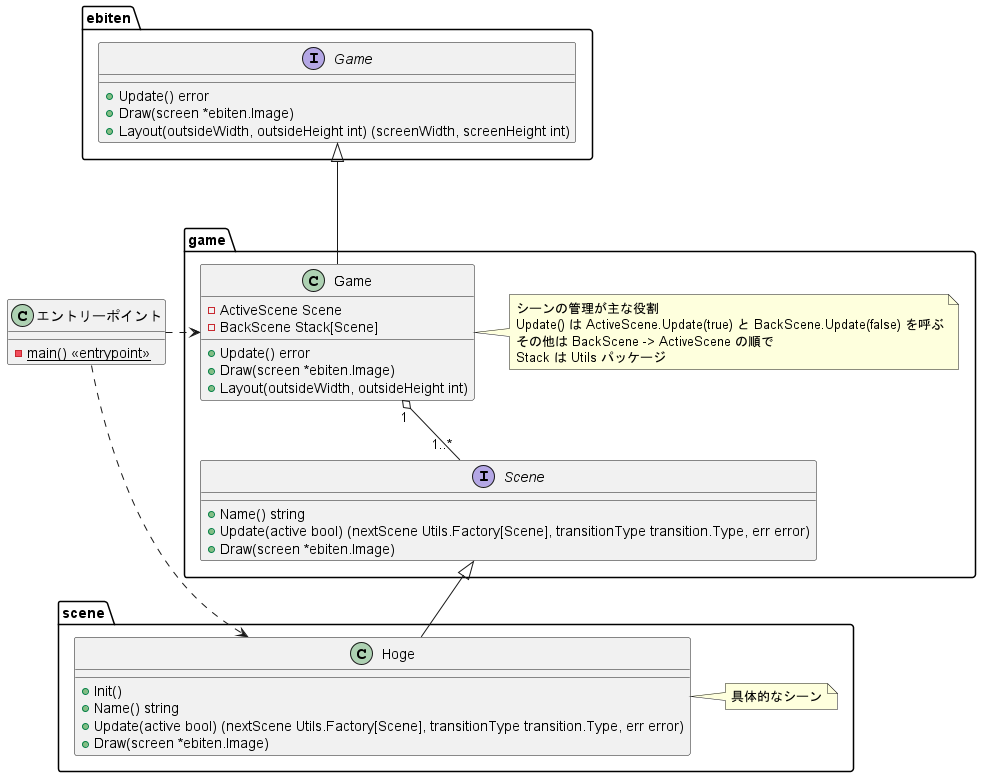
Above: Docs/game_class_diagram.png in kmc-jp/Gamedev_Tempura-of-p--Phenylazo-phenol (PlantUML), before the change.
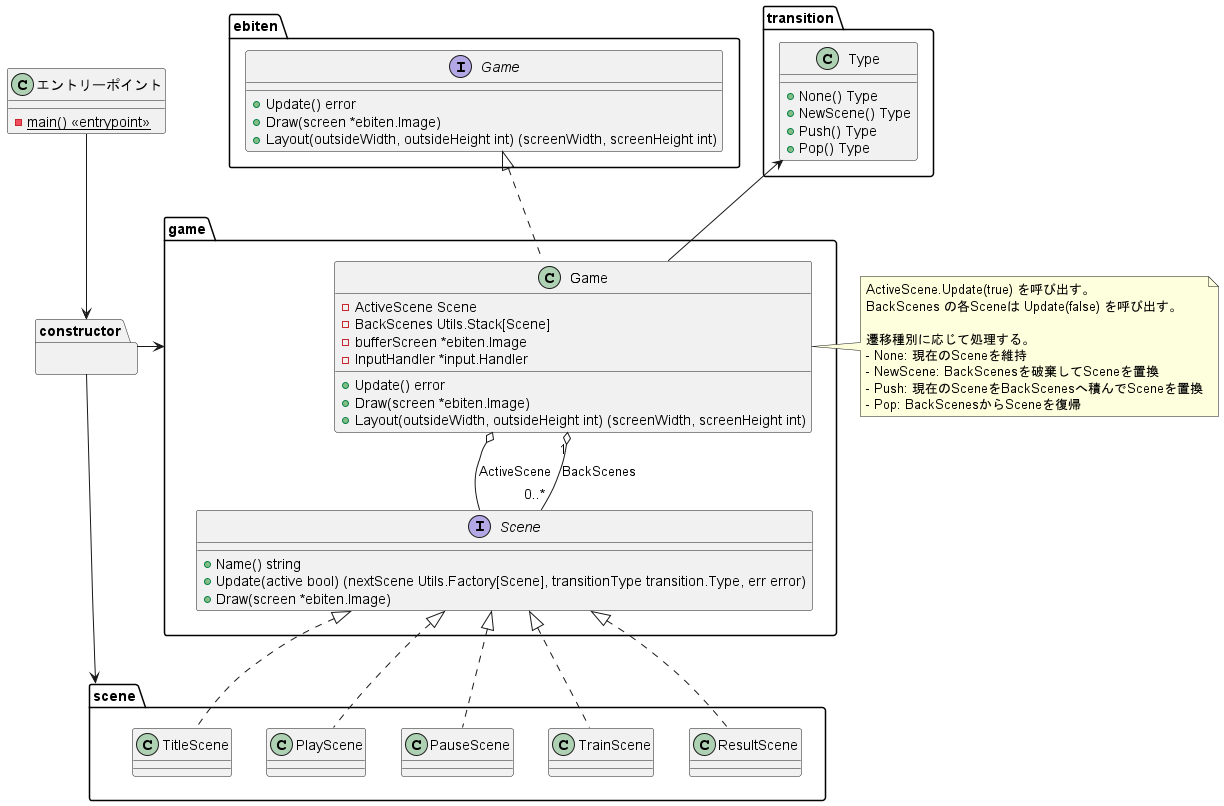
After the change.

Commit message:
クラス図の改訂

Diff of the diagram source:
```diff
@@ -1,4 +1,10 @@
 @startuml game_class_diagram
+
+top to bottom direction
+
+class "エントリーポイント" as Main {
+    - {static} main() <<entrypoint>>
+}
 
 package ebiten {
     interface Game {
@@ -8,43 +14,71 @@
     }
 }
 
-class "エントリーポイント" {
-    - {static} main() <<entrypoint>>
-}
-
-"エントリーポイント" ..right..> game.Game
-"エントリーポイント" ..right..> scene.Hoge
-
 package game {
     class Game {
         - ActiveScene Scene
-        - BackScene Stack[Scene]
+        - BackScenes Utils.Stack[Scene]
+        - bufferScreen *ebiten.Image
+        - InputHandler *input.Handler
         + Update() error
         + Draw(screen *ebiten.Image)
-        + Layout(outsideWidth, outsideHeight int)
+        + Layout(outsideWidth, outsideHeight int) (screenWidth, screenHeight int)
     }
-    note right of Game : シーンの管理が主な役割\nUpdate() は ActiveScene.Update(true) と BackScene.Update(false) を呼ぶ\nその他は BackScene -> ActiveScene の順で\nStack は Utils パッケージ
 
     interface Scene {
         + Name() string
         + Update(active bool) (nextScene Utils.Factory[Scene], transitionType transition.Type, err error)
         + Draw(screen *ebiten.Image)
     }
-
-    Game -up--|> ebiten.Game
-    Game "1" o-- "1..*" Scene
 }
 
+    package transition {
+        class Type {
+            + None() Type
+            + NewScene() Type
+            + Push() Type
+            + Pop() Type
+        }
+    }
+
+
 package scene {
-    class Hoge {
-        + Init()
-        + Name() string
-        + Update(active bool) (nextScene Utils.Factory[Scene], transitionType transition.Type, err error)
-        + Draw(screen *ebiten.Image)
-    }
-    note right of Hoge : 具体的なシーン
+    class TitleScene
+    class PlayScene
+    class PauseScene
+    class TrainScene
+    class ResultScene
 
-    Hoge -up-|> game.Scene
+    TitleScene .up.|> game.Scene
+    PlayScene .up.|> game.Scene
+    PauseScene .up.|> game.Scene
+    TrainScene .up.|> game.Scene
+    ResultScene .up.|> game.Scene
 }
 
+package constructor {}
+
+Main -down-> constructor
+
+constructor -left-> game
+constructor -down-> scene
+
+game.Game .up.|> ebiten.Game
+game.Game o-down- Scene : ActiveScene
+game.Game "1" o-down- "0..*" Scene : BackScenes
+game.Game -up-> transition.Type
+
+
+
+note right of game.Game
+ActiveScene.Update(true) を呼び出す。
+BackScenes の各Sceneは Update(false) を呼び出す。
+
+遷移種別に応じて処理する。
+- None: 現在のSceneを維持
+- NewScene: BackScenesを破棄してSceneを置換
+- Push: 現在のSceneをBackScenesへ積んでSceneを置換
+- Pop: BackScenesからSceneを復帰
+end note
+
 @enduml
```
